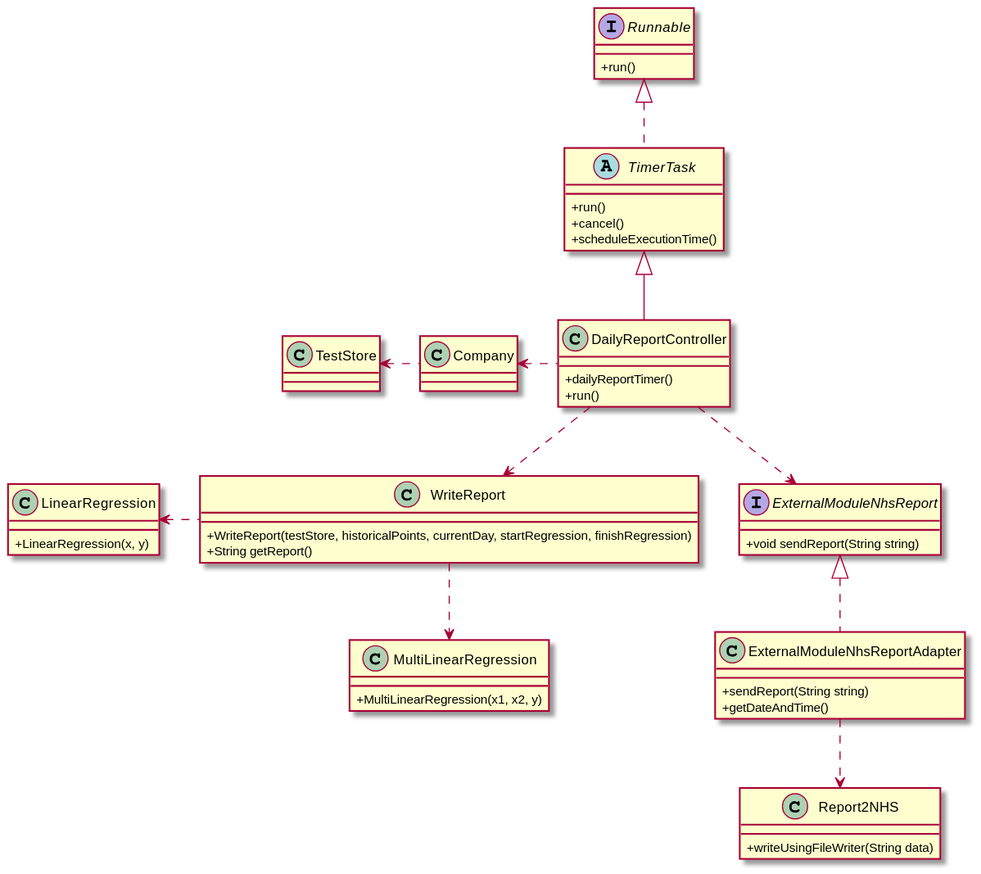
This is docs/SprintD/US19/US19_CD.svg from MadDinosaur/ISEP-LAPR2, a PlantUML export, as it was before one commit. Its diagram source:
```plantuml
@startuml

skinparam classAttributeIconSize 0

class DailyReportController {
+dailyReportTimer()
+run()
}

class Company {
}

interface Runnable {
+run()
}

abstract TimerTask {
+run()
+cancel()
+scheduleExecutionTime()
}

class LinearRegression {
+LinearRegression(x, y)
}

class MultiLinearRegression {
+MultiLinearRegression(x1, x2, y)
}

class TestStore {
}

class WriteReport {
+WriteReport(testStore, historicalPoints, currentDay, startRegression, finishRegression)
+String getReport()
}

interface ExternalModuleNhsReport {
+void sendReport(String string)
}

class ExternalModuleNhsReportAdapter {
+sendReport(String string)
+getDateAndTime()
}

class Report2NHS {
+writeUsingFileWriter(String data)
}

DailyReportController ..> ExternalModuleNhsReport
Runnable <|.. TimerTask
TimerTask <|-- DailyReportController
DailyReportController ..> WriteReport
Company <. DailyReportController
TestStore <. Company
ExternalModuleNhsReport <|.. ExternalModuleNhsReportAdapter
ExternalModuleNhsReportAdapter ..> Report2NHS
LinearRegression <. WriteReport
WriteReport ..> MultiLinearRegression

@enduml
```
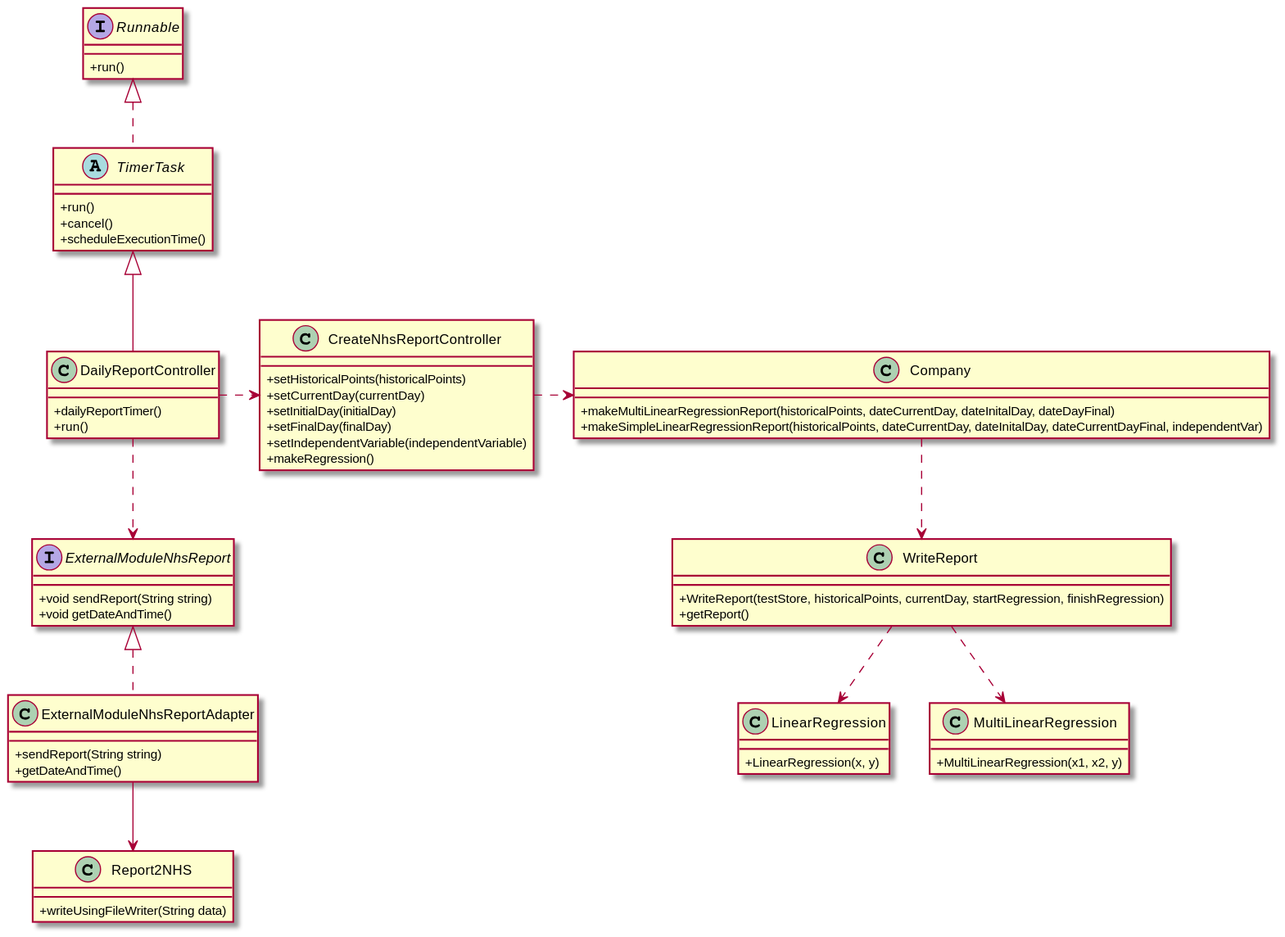
Later version of the same file.

Change to the diagram source:
```diff
@@ -7,7 +7,13 @@
 +run()
 }
 
-class Company {
+class CreateNhsReportController {
++setHistoricalPoints(historicalPoints)
++setCurrentDay(currentDay)
++setInitialDay(initialDay)
++setFinalDay(finalDay)
++setIndependentVariable(independentVariable)
++makeRegression()
 }
 
 interface Runnable {
@@ -28,16 +34,19 @@
 +MultiLinearRegression(x1, x2, y)
 }
 
-class TestStore {
+class Company {
++makeMultiLinearRegressionReport(historicalPoints, dateCurrentDay, dateInitalDay, dateDayFinal)
++makeSimpleLinearRegressionReport(historicalPoints, dateCurrentDay, dateInitalDay, dateCurrentDayFinal, independentVar)
 }
 
 class WriteReport {
 +WriteReport(testStore, historicalPoints, currentDay, startRegression, finishRegression)
-+String getReport()
++getReport()
 }
 
 interface ExternalModuleNhsReport {
 +void sendReport(String string)
++void getDateAndTime()
 }
 
 class ExternalModuleNhsReportAdapter {
@@ -52,12 +61,12 @@
 DailyReportController ..> ExternalModuleNhsReport
 Runnable <|.. TimerTask
 TimerTask <|-- DailyReportController
-DailyReportController ..> WriteReport
-Company <. DailyReportController
-TestStore <. Company
+DailyReportController .> CreateNhsReportController
+CreateNhsReportController .> Company
+Company ..> WriteReport
 ExternalModuleNhsReport <|.. ExternalModuleNhsReportAdapter
-ExternalModuleNhsReportAdapter ..> Report2NHS
-LinearRegression <. WriteReport
+ExternalModuleNhsReportAdapter --> Report2NHS
+WriteReport ..> LinearRegression
 WriteReport ..> MultiLinearRegression
 
 @enduml
```
